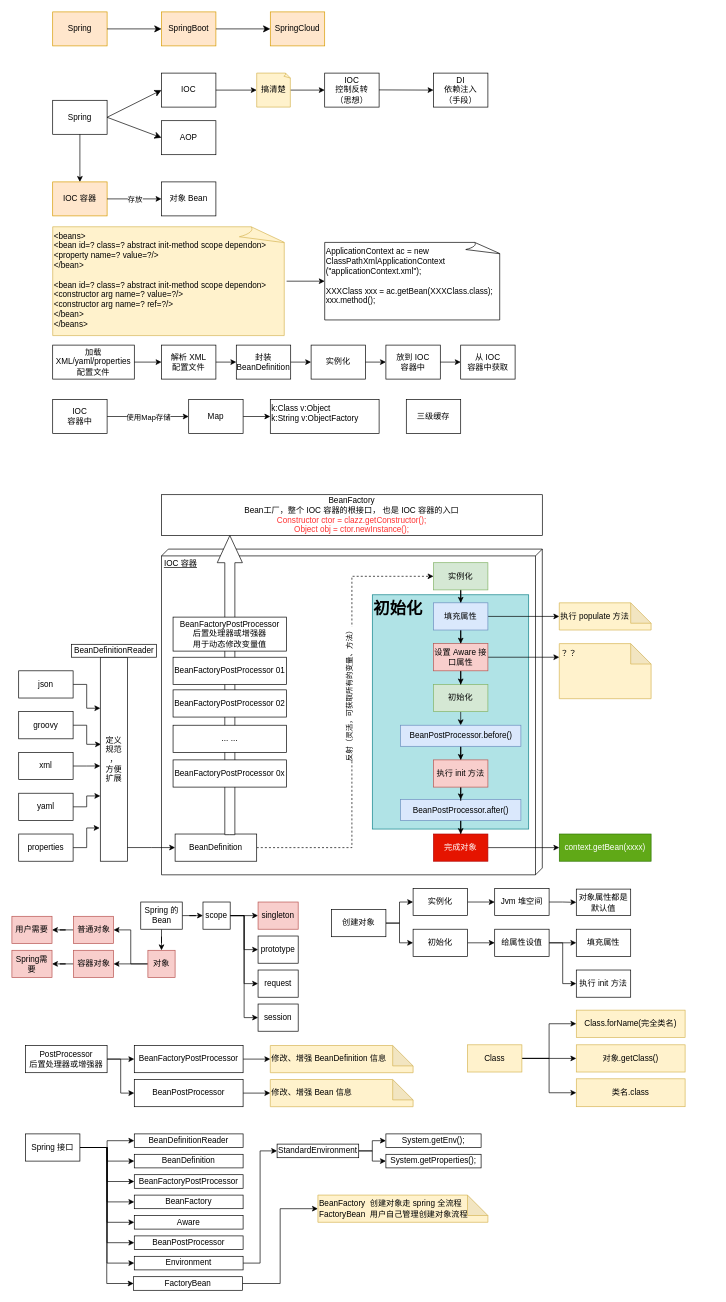
Earlier version of the draw.io diagram read_code/Spring-001.drawio (zhaolisong/UMLs). Source tidied: cells renumbered, new cells numbered last; positions are measured from the earlier drawing's top-left corner, leaving out a move shared by most shapes. Both pictures are drawn from the tidied source at 68%, with x=0, y=0 at pixel (12, 12).
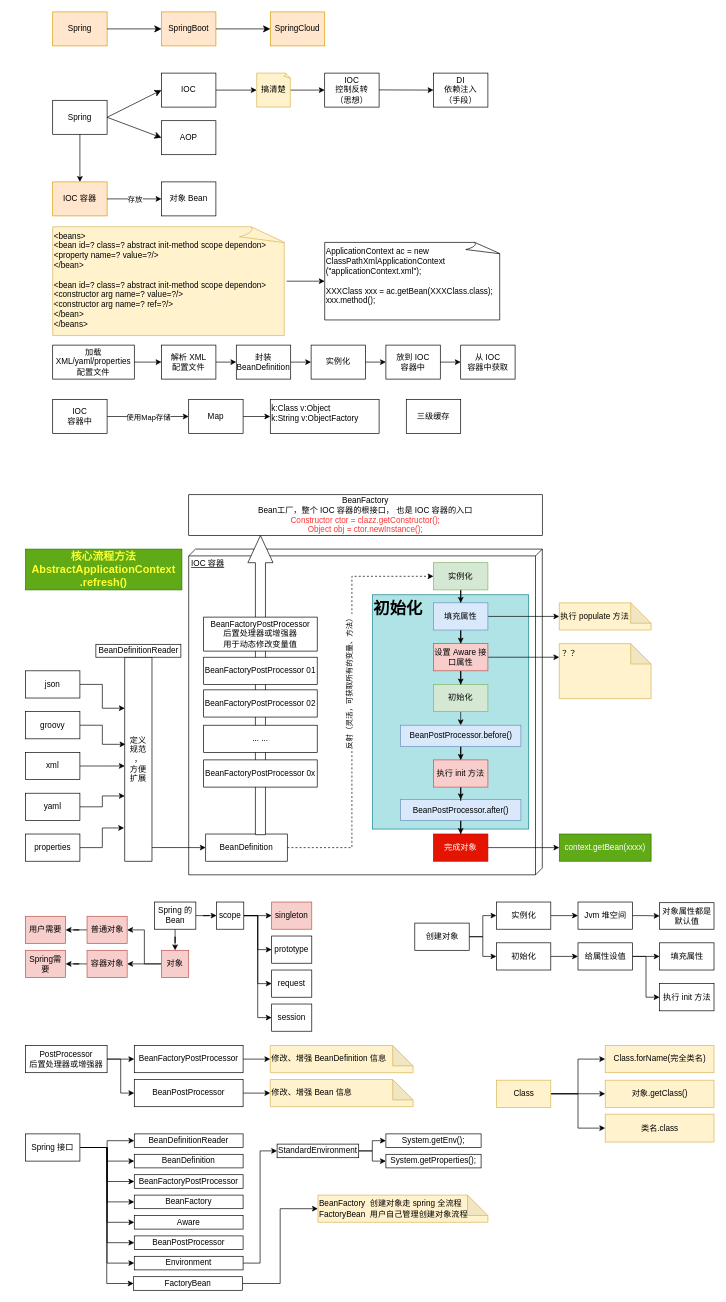
After the change.

Change to the diagram source:
```diff
@@
     <mxCell id="2" value="IOC 容器" style="verticalAlign=top;align=left;spacingTop=8;spacingLeft=2;spacingRight=12;shape=cube;size=10;direction=south;fontStyle=4;html=1;" parent="1" vertex="1">
-      <mxGeometry x="220" y="790" width="560" height="479" as="geometry" />
+      <mxGeometry x="260" y="790" width="520" height="479" as="geometry" />
     </mxCell>
@@
     <mxCell id="47" value="groovy" style="rounded=0;whiteSpace=wrap;html=1;" parent="1" vertex="1">
-      <mxGeometry x="10" y="1029" width="80" height="40" as="geometry" />
+      <mxGeometry x="20" y="1029" width="80" height="40" as="geometry" />
     </mxCell>
@@
     <mxCell id="49" value="xml" style="rounded=0;whiteSpace=wrap;html=1;" parent="1" vertex="1">
-      <mxGeometry x="10" y="1089" width="80" height="40" as="geometry" />
+      <mxGeometry x="20" y="1089" width="80" height="40" as="geometry" />
     </mxCell>
@@
     <mxCell id="51" value="yaml" style="rounded=0;whiteSpace=wrap;html=1;" parent="1" vertex="1">
-      <mxGeometry x="10" y="1149" width="80" height="40" as="geometry" />
+      <mxGeometry x="20" y="1149" width="80" height="40" as="geometry" />
     </mxCell>
@@
     <mxCell id="53" value="properties" style="rounded=0;whiteSpace=wrap;html=1;" parent="1" vertex="1">
-      <mxGeometry x="10" y="1209" width="80" height="40" as="geometry" />
+      <mxGeometry x="20" y="1209" width="80" height="40" as="geometry" />
     </mxCell>
@@
     <mxCell id="55" value="json" style="rounded=0;whiteSpace=wrap;html=1;" parent="1" vertex="1">
-      <mxGeometry x="10" y="969" width="80" height="40" as="geometry" />
+      <mxGeometry x="20" y="969" width="80" height="40" as="geometry" />
     </mxCell>
@@
     <mxCell id="57" value="定义&lt;br&gt;规范&lt;br&gt;，&lt;br&gt;方便&lt;br&gt;扩展" style="rounded=0;whiteSpace=wrap;html=1;" parent="1" vertex="1">
-      <mxGeometry x="130" y="949" width="40" height="300" as="geometry" />
+      <mxGeometry x="166" y="949" width="40" height="300" as="geometry" />
     </mxCell>
@@
     <mxCell id="60" value="BeanDefinition" style="rounded=0;whiteSpace=wrap;html=1;" parent="1" vertex="1">
-      <mxGeometry x="240" y="1209" width="120" height="40" as="geometry" />
+      <mxGeometry x="285" y="1209" width="120" height="40" as="geometry" />
     </mxCell>
@@
     <mxCell id="63" value="Spring 的 Bean" style="rounded=0;whiteSpace=wrap;html=1;" parent="1" vertex="1">
-      <mxGeometry x="189.5" y="1309" width="61" height="40" as="geometry" />
+      <mxGeometry x="209.5" y="1309" width="61" height="40" as="geometry" />
     </mxCell>
@@
     <mxCell id="70" value="scope" style="rounded=0;whiteSpace=wrap;html=1;" parent="1" vertex="1">
-      <mxGeometry x="281" y="1309" width="40" height="40" as="geometry" />
+      <mxGeometry x="301" y="1309" width="40" height="40" as="geometry" />
     </mxCell>
     <mxCell id="71" value="singleton" style="rounded=0;whiteSpace=wrap;html=1;fillColor=#f8cecc;strokeColor=#b85450;" parent="1" vertex="1">
-      <mxGeometry x="362" y="1309" width="59" height="40" as="geometry" />
+      <mxGeometry x="382" y="1309" width="59" height="40" as="geometry" />
     </mxCell>
     <mxCell id="72" value="prototype" style="rounded=0;whiteSpace=wrap;html=1;" parent="1" vertex="1">
-      <mxGeometry x="362" y="1359" width="59" height="40" as="geometry" />
+      <mxGeometry x="382" y="1359" width="59" height="40" as="geometry" />
     </mxCell>
     <mxCell id="73" value="request" style="rounded=0;whiteSpace=wrap;html=1;" parent="1" vertex="1">
-      <mxGeometry x="362" y="1409" width="59" height="40" as="geometry" />
+      <mxGeometry x="382" y="1409" width="59" height="40" as="geometry" />
     </mxCell>
     <mxCell id="74" value="session" style="rounded=0;whiteSpace=wrap;html=1;" parent="1" vertex="1">
-      <mxGeometry x="362" y="1459" width="59" height="40" as="geometry" />
+      <mxGeometry x="382" y="1459" width="59" height="40" as="geometry" />
     </mxCell>
@@
     <mxCell id="78" value="Class" style="rounded=0;whiteSpace=wrap;html=1;fillColor=#fff2cc;strokeColor=#d6b656;" parent="1" vertex="1">
-      <mxGeometry x="670" y="1519" width="80" height="40" as="geometry" />
+      <mxGeometry x="712.5" y="1571" width="80" height="40" as="geometry" />
     </mxCell>
     <mxCell id="79" value="Class.forName(完全类名)" style="rounded=0;whiteSpace=wrap;html=1;fillColor=#fff2cc;strokeColor=#d6b656;" parent="1" vertex="1">
-      <mxGeometry x="830" y="1468" width="160" height="40" as="geometry" />
+      <mxGeometry x="872.5" y="1520" width="160" height="40" as="geometry" />
     </mxCell>
     <mxCell id="80" value="对象.getClass()" style="rounded=0;whiteSpace=wrap;html=1;fillColor=#fff2cc;strokeColor=#d6b656;" parent="1" vertex="1">
-      <mxGeometry x="830" y="1519" width="160" height="40" as="geometry" />
+      <mxGeometry x="872.5" y="1571" width="160" height="40" as="geometry" />
     </mxCell>
     <mxCell id="81" value="类名.class" style="rounded=0;whiteSpace=wrap;html=1;fillColor=#fff2cc;strokeColor=#d6b656;" parent="1" vertex="1">
-      <mxGeometry x="830" y="1569" width="160" height="41" as="geometry" />
+      <mxGeometry x="872.5" y="1621" width="160" height="41" as="geometry" />
     </mxCell>
     <mxCell id="82" value="BeanFactory&lt;br&gt;Bean工厂，整个&amp;nbsp;IOC&amp;nbsp;容器的根接口， 也是 IOC 容器的入口&lt;br&gt;&lt;font color=&quot;#ff3333&quot;&gt;Constructor ctor = clazz.getConstructor();&lt;br&gt;Object obj = ctor.newInstance();&lt;/font&gt;" style="rounded=0;whiteSpace=wrap;html=1;" parent="1" vertex="1">
-      <mxGeometry x="220" y="710" width="560" height="60" as="geometry" />
+      <mxGeometry x="260" y="710" width="520" height="60" as="geometry" />
     </mxCell>
     <mxCell id="83" style="html=1;shadow=0;dashed=0;align=center;verticalAlign=middle;shape=mxgraph.arrows2.arrow;dy=0.6;dx=40;direction=north;notch=0;fontColor=#FF3333;" parent="1" vertex="1">
-      <mxGeometry x="302" y="770" width="37" height="440" as="geometry" />
+      <mxGeometry x="347" y="770" width="37" height="440" as="geometry" />
     </mxCell>
     <mxCell id="84" value="BeanFactoryPostProcessor&lt;br&gt;后置处理器或增强器&lt;br&gt;用于动态修改变量值" style="rounded=0;whiteSpace=wrap;html=1;" parent="1" vertex="1">
-      <mxGeometry x="237" y="890" width="167" height="50" as="geometry" />
+      <mxGeometry x="282" y="890" width="167" height="50" as="geometry" />
     </mxCell>
@@
     <mxCell id="94" value="BeanFactoryPostProcessor 01" style="rounded=0;whiteSpace=wrap;html=1;" parent="1" vertex="1">
-      <mxGeometry x="237" y="949" width="167" height="40" as="geometry" />
+      <mxGeometry x="282" y="949" width="167" height="40" as="geometry" />
     </mxCell>
     <mxCell id="95" value="BeanFactoryPostProcessor 02" style="rounded=0;whiteSpace=wrap;html=1;" parent="1" vertex="1">
-      <mxGeometry x="237" y="997" width="167" height="40" as="geometry" />
+      <mxGeometry x="282" y="997" width="167" height="40" as="geometry" />
     </mxCell>
     <mxCell id="96" value="BeanFactoryPostProcessor 0x" style="rounded=0;whiteSpace=wrap;html=1;" parent="1" vertex="1">
-      <mxGeometry x="237" y="1100" width="167" height="40" as="geometry" />
+      <mxGeometry x="282" y="1100" width="167" height="40" as="geometry" />
     </mxCell>
     <mxCell id="97" value="... ..." style="rounded=0;whiteSpace=wrap;html=1;" parent="1" vertex="1">
-      <mxGeometry x="237" y="1049" width="167" height="40" as="geometry" />
+      <mxGeometry x="282" y="1049" width="167" height="40" as="geometry" />
     </mxCell>
@@
     <mxCell id="99" value="实例化" style="rounded=0;whiteSpace=wrap;html=1;" parent="1" vertex="1">
-      <mxGeometry x="590" y="1289" width="80" height="40" as="geometry" />
+      <mxGeometry x="712.5" y="1309" width="80" height="40" as="geometry" />
     </mxCell>
@@
     <mxCell id="101" value="初始化" style="rounded=0;whiteSpace=wrap;html=1;" parent="1" vertex="1">
-      <mxGeometry x="590" y="1349" width="80" height="40" as="geometry" />
+      <mxGeometry x="712.5" y="1369" width="80" height="40" as="geometry" />
     </mxCell>
@@
     <mxCell id="103" value="Jvm 堆空间" style="rounded=0;whiteSpace=wrap;html=1;" parent="1" vertex="1">
-      <mxGeometry x="710" y="1289" width="80" height="40" as="geometry" />
+      <mxGeometry x="832.5" y="1309" width="80" height="40" as="geometry" />
     </mxCell>
     <mxCell id="104" value="对象属性都是默认值" style="rounded=0;whiteSpace=wrap;html=1;" parent="1" vertex="1">
-      <mxGeometry x="830" y="1290" width="80" height="39" as="geometry" />
+      <mxGeometry x="952.5" y="1310" width="80" height="39" as="geometry" />
     </mxCell>
@@
     <mxCell id="107" value="给属性设值" style="rounded=0;whiteSpace=wrap;html=1;" parent="1" vertex="1">
-      <mxGeometry x="710" y="1349" width="80" height="40" as="geometry" />
+      <mxGeometry x="832.5" y="1369" width="80" height="40" as="geometry" />
     </mxCell>
     <mxCell id="108" value="填充属性" style="rounded=0;whiteSpace=wrap;html=1;" parent="1" vertex="1">
-      <mxGeometry x="830" y="1349" width="80" height="40" as="geometry" />
+      <mxGeometry x="952.5" y="1369" width="80" height="40" as="geometry" />
     </mxCell>
     <mxCell id="109" value="执行 init 方法" style="rounded=0;whiteSpace=wrap;html=1;" parent="1" vertex="1">
-      <mxGeometry x="830" y="1409" width="80" height="40" as="geometry" />
+      <mxGeometry x="952.5" y="1429" width="80" height="40" as="geometry" />
     </mxCell>
@@
     <mxCell id="112" value="创建对象" style="rounded=0;whiteSpace=wrap;html=1;" parent="1" vertex="1">
-      <mxGeometry x="470" y="1320" width="80" height="40" as="geometry" />
+      <mxGeometry x="592.5" y="1340" width="80" height="40" as="geometry" />
     </mxCell>
@@
     <mxCell id="134" value="对象" style="rounded=0;whiteSpace=wrap;html=1;fillColor=#f8cecc;strokeColor=#b85450;" parent="1" vertex="1">
-      <mxGeometry x="200" y="1380" width="40" height="40" as="geometry" />
+      <mxGeometry x="220" y="1380" width="40" height="40" as="geometry" />
     </mxCell>
@@
     <mxCell id="136" value="普通对象" style="rounded=0;whiteSpace=wrap;html=1;fillColor=#f8cecc;strokeColor=#b85450;" parent="1" vertex="1">
-      <mxGeometry x="90.5" y="1330" width="59" height="40" as="geometry" />
+      <mxGeometry x="110.5" y="1330" width="59" height="40" as="geometry" />
     </mxCell>
@@
     <mxCell id="138" value="容器对象" style="rounded=0;whiteSpace=wrap;html=1;fillColor=#f8cecc;strokeColor=#b85450;" parent="1" vertex="1">
-      <mxGeometry x="90.5" y="1380" width="59" height="40" as="geometry" />
+      <mxGeometry x="110.5" y="1380" width="59" height="40" as="geometry" />
     </mxCell>
     <mxCell id="139" value="用户需要" style="rounded=0;whiteSpace=wrap;html=1;fillColor=#f8cecc;strokeColor=#b85450;" parent="1" vertex="1">
-      <mxGeometry y="1330" width="59" height="40" as="geometry" />
+      <mxGeometry x="20" y="1330" width="59" height="40" as="geometry" />
     </mxCell>
     <mxCell id="140" value="Spring需要" style="rounded=0;whiteSpace=wrap;html=1;fillColor=#f8cecc;strokeColor=#b85450;" parent="1" vertex="1">
-      <mxGeometry y="1380" width="59" height="40" as="geometry" />
+      <mxGeometry x="20" y="1380" width="59" height="40" as="geometry" />
     </mxCell>
     <mxCell id="141" value="BeanDefinitionReader" style="rounded=0;whiteSpace=wrap;html=1;" parent="1" vertex="1">
-      <mxGeometry x="87.5" y="930" width="125" height="19" as="geometry" />
+      <mxGeometry x="123.5" y="930" width="125" height="19" as="geometry" />
     </mxCell>
@@
+    <mxCell id="167" value="核心流程方法&lt;br style=&quot;font-size: 16px;&quot;&gt;AbstractApplicationContext&lt;br style=&quot;font-size: 16px;&quot;&gt;.refresh()" style="rounded=0;whiteSpace=wrap;html=1;fillColor=#60a917;fontColor=#FFFF33;strokeColor=#2D7600;fontStyle=1;fontSize=16;" parent="1" vertex="1">
+      <mxGeometry x="20" y="790" width="230" height="60" as="geometry" />
+    </mxCell>
```
